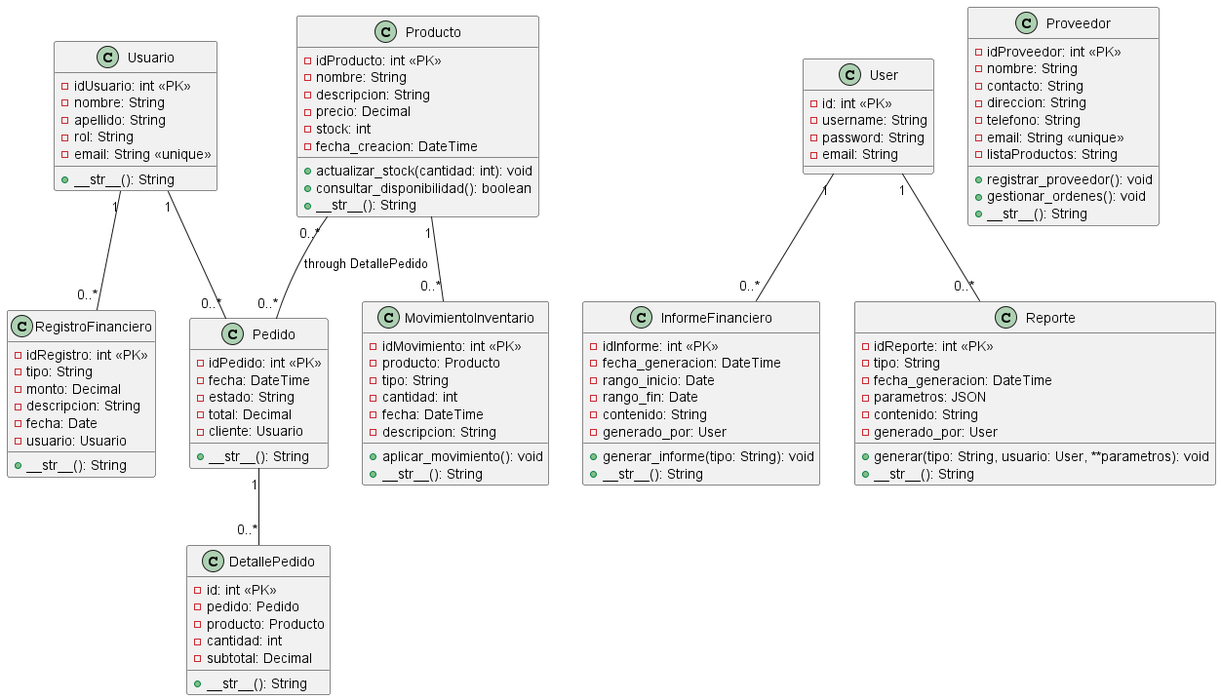
This is out/diagrama_clases/diagrama_clases.png from diegoale23/modeloerp, a PlantUML export, as it was before one commit. The source it was exported from:
```plantuml
@startuml
class Usuario {
  -idUsuario: int <<PK>>
  -nombre: String
  -apellido: String
  -rol: String
  -email: String <<unique>>
  +__str__(): String
}

class User {
  -id: int <<PK>>
  -username: String
  -password: String
  -email: String
}

class RegistroFinanciero {
  -idRegistro: int <<PK>>
  -tipo: String
  -monto: Decimal
  -descripcion: String
  -fecha: Date
  -usuario: Usuario
  +__str__(): String
}

class InformeFinanciero {
  -idInforme: int <<PK>>
  -fecha_generacion: DateTime
  -rango_inicio: Date
  -rango_fin: Date
  -contenido: String
  -generado_por: User
  +generar_informe(tipo: String): void
  +__str__(): String
}

class Producto {
  -idProducto: int <<PK>>
  -nombre: String
  -descripcion: String
  -precio: Decimal
  -stock: int
  -fecha_creacion: DateTime
  +actualizar_stock(cantidad: int): void
  +consultar_disponibilidad(): boolean
  +__str__(): String
}

class MovimientoInventario {
  -idMovimiento: int <<PK>>
  -producto: Producto
  -tipo: String
  -cantidad: int
  -fecha: DateTime
  -descripcion: String
  +aplicar_movimiento(): void
  +__str__(): String
}

class Pedido {
  -idPedido: int <<PK>>
  -fecha: DateTime
  -estado: String
  -total: Decimal
  -cliente: Usuario
  +__str__(): String
}

class DetallePedido {
  -id: int <<PK>>
  -pedido: Pedido
  -producto: Producto
  -cantidad: int
  -subtotal: Decimal
  +__str__(): String
}

class Proveedor {
  -idProveedor: int <<PK>>
  -nombre: String
  -contacto: String
  -direccion: String
  -telefono: String
  -email: String <<unique>>
  -listaProductos: String
  +registrar_proveedor(): void
  +gestionar_ordenes(): void
  +__str__(): String
}

class Reporte {
  -idReporte: int <<PK>>
  -tipo: String
  -fecha_generacion: DateTime
  -parametros: JSON
  -contenido: String
  -generado_por: User
  +generar(tipo: String, usuario: User, **parametros): void
  +__str__(): String
}

Usuario "1" -- "0..*" RegistroFinanciero
User "1" -- "0..*" InformeFinanciero
Usuario "1" -- "0..*" Pedido
Producto "1" -- "0..*" MovimientoInventario
Pedido "1" -- "0..*" DetallePedido
Producto "0..*" -- "0..*" Pedido : through DetallePedido
User "1" -- "0..*" Reporte
@enduml
```
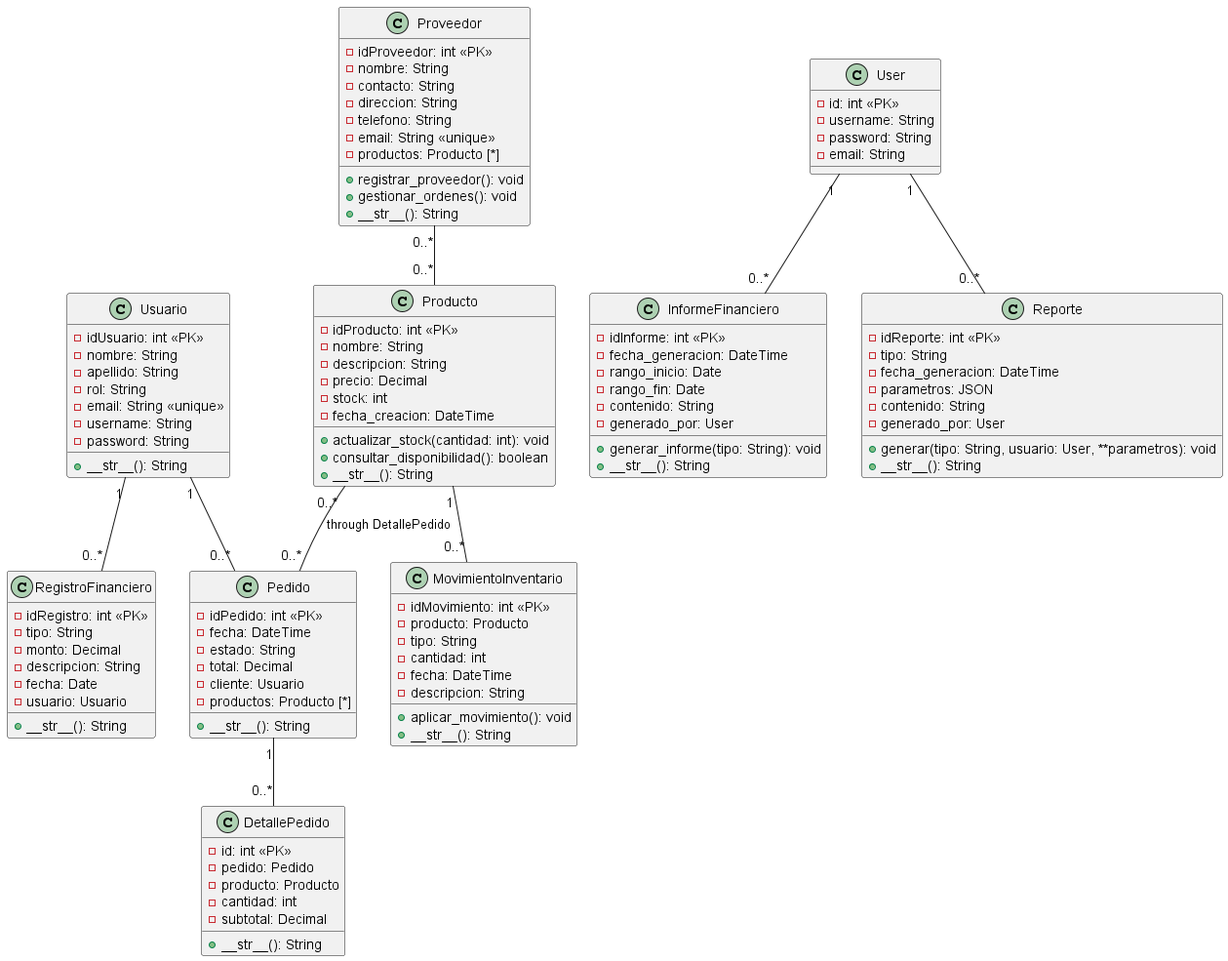
After the change.

What changed in the source:
```diff
@@ -5,6 +5,8 @@
   -apellido: String
   -rol: String
   -email: String <<unique>>
+  -username: String
+  -password: String
   +__str__(): String
 }
 
@@ -65,6 +67,7 @@
   -estado: String
   -total: Decimal
   -cliente: Usuario
+  -productos: Producto [*]
   +__str__(): String
 }
 
@@ -84,7 +87,7 @@
   -direccion: String
   -telefono: String
   -email: String <<unique>>
-  -listaProductos: String
+  -productos: Producto [*]
   +registrar_proveedor(): void
   +gestionar_ordenes(): void
   +__str__(): String
@@ -107,5 +110,6 @@
 Producto "1" -- "0..*" MovimientoInventario
 Pedido "1" -- "0..*" DetallePedido
 Producto "0..*" -- "0..*" Pedido : through DetallePedido
+Proveedor "0..*" -- "0..*" Producto
 User "1" -- "0..*" Reporte
 @enduml
```
